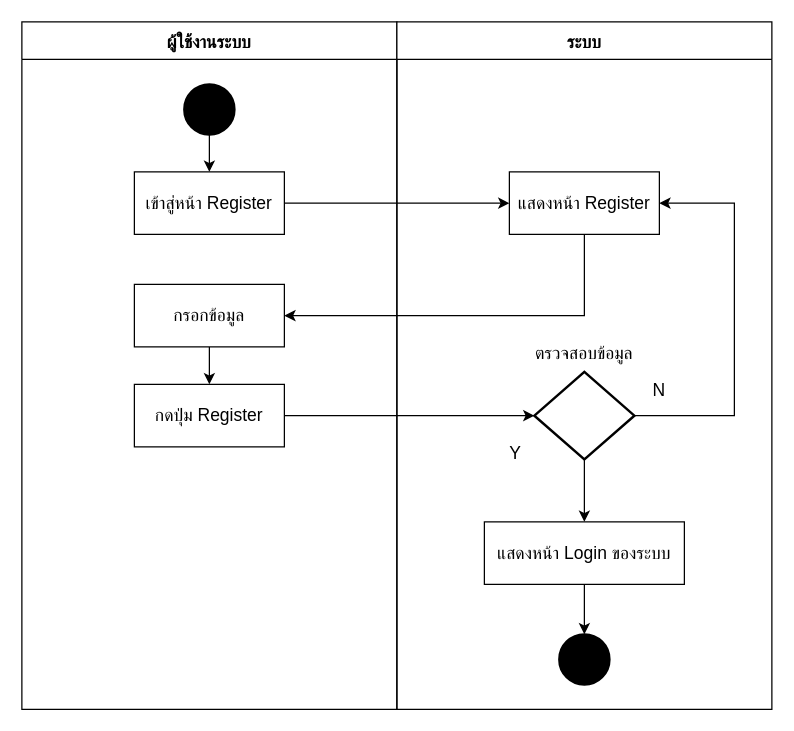
64160106/projectfinal keeps this draw.io diagram as page "AVD_Login" (13 of 19) of Untitled Diagram.drawio. Above is the earlier version. Source tidied: cells renumbered, new cells numbered last; positions are measured from the earlier drawing's top-left corner, leaving out a move shared by most shapes. Both pictures are drawn from the tidied source at 125%, with x=0, y=0 at pixel (21, 21).
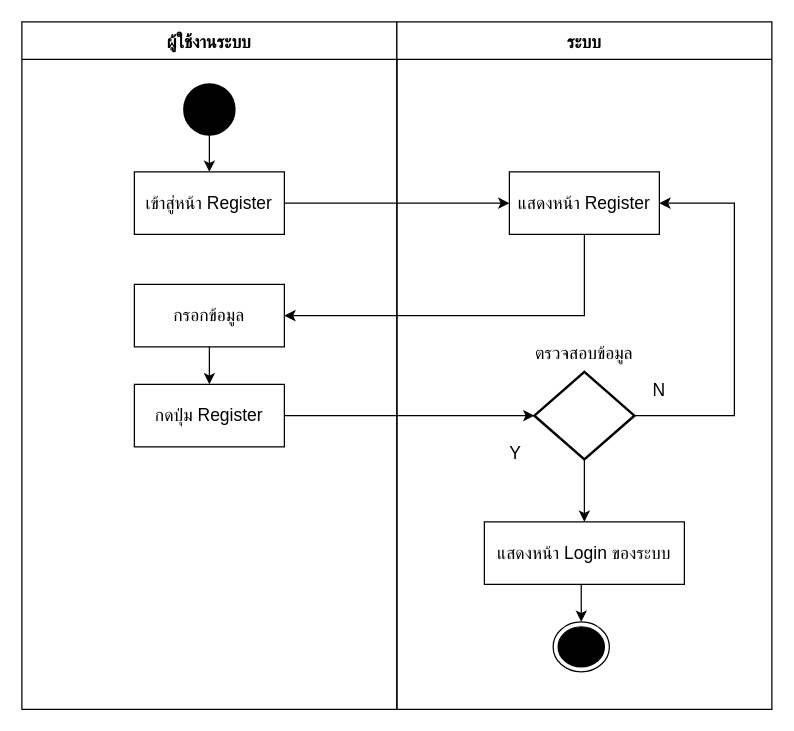
The same diagram, later.

The change refers to these unchanged cells:
```xml
<mxCell id="9" value="ระบบ" style="swimlane;startSize=30;fontSize=14;" parent="1" vertex="1">
  <mxGeometry x="300" width="300" height="550" as="geometry" />
</mxCell>
<mxCell id="17" value="&lt;span style=&quot;font-size: 14px;&quot;&gt;แสดงหน้า Login ของระบบ&lt;/span&gt;" style="rounded=0;whiteSpace=wrap;html=1;" parent="9" vertex="1">
  <mxGeometry x="70" y="400" width="160" height="50" as="geometry" />
</mxCell>
```

Diff of the diagram source:
```diff
@@
+    <mxCell id="23" style="edgeStyle=orthogonalEdgeStyle;rounded=0;jettySize=auto;html=1;exitX=0.5;exitY=1;exitDx=0;exitDy=0;entryX=0.5;entryY=0;entryDx=0;entryDy=0;" parent="9" edge="1" source="17" target="24">
+      <mxGeometry relative="1" as="geometry" />
+    </mxCell>
@@
-    <mxCell id="18" style="strokeWidth=2;html=1;shape=mxgraph.flowchart.start_2;whiteSpace=wrap;fillColor=#000000;" parent="9" vertex="1">
-      <mxGeometry x="130" y="490" width="40" height="40" as="geometry" />
-    </mxCell>
-    <mxCell id="19" style="edgeStyle=orthogonalEdgeStyle;rounded=0;jettySize=auto;html=1;exitX=0.5;exitY=1;exitDx=0;exitDy=0;entryX=0.5;entryY=0;entryDx=0;entryDy=0;entryPerimeter=0;" parent="9" edge="1" source="17" target="18">
-      <mxGeometry relative="1" as="geometry" />
-    </mxCell>
+    <mxCell id="24" style="ellipse;html=1;shape=endState;fillColor=#000000;strokeColor=#000000;" parent="9" vertex="1">
+      <mxGeometry x="125" y="480" width="45" height="40" as="geometry" />
+    </mxCell>
```
